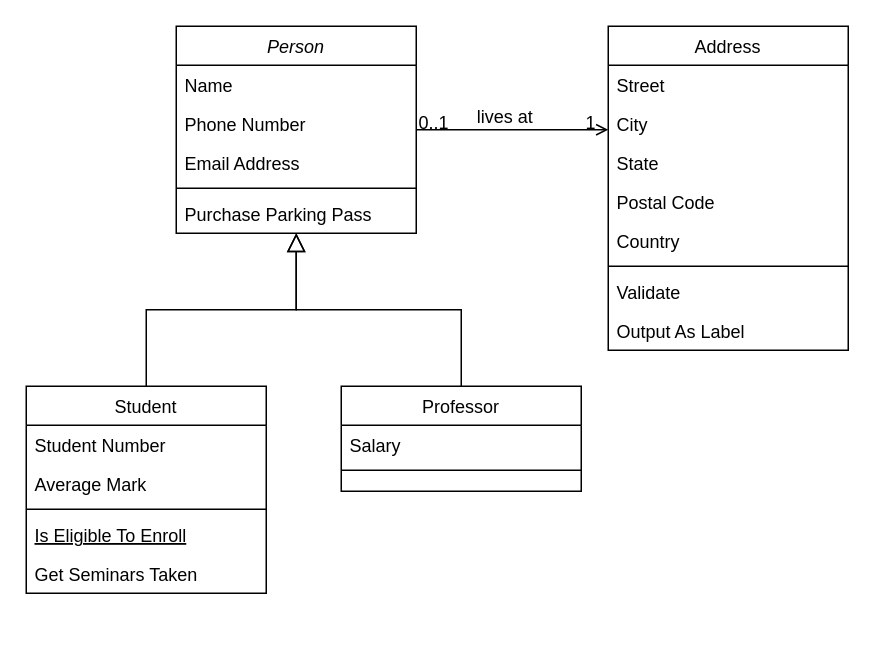
This is graphs/Untitled Diagram.drawio from BurningPho3nix/vocational-school, a draw.io file, before an edit. Source tidied: cells renumbered, new cells numbered last; positions are measured from the earlier drawing's top-left corner, leaving out a move shared by most shapes. Both pictures are drawn from the tidied source at 150%, with x=0, y=0 at pixel (26, 26).
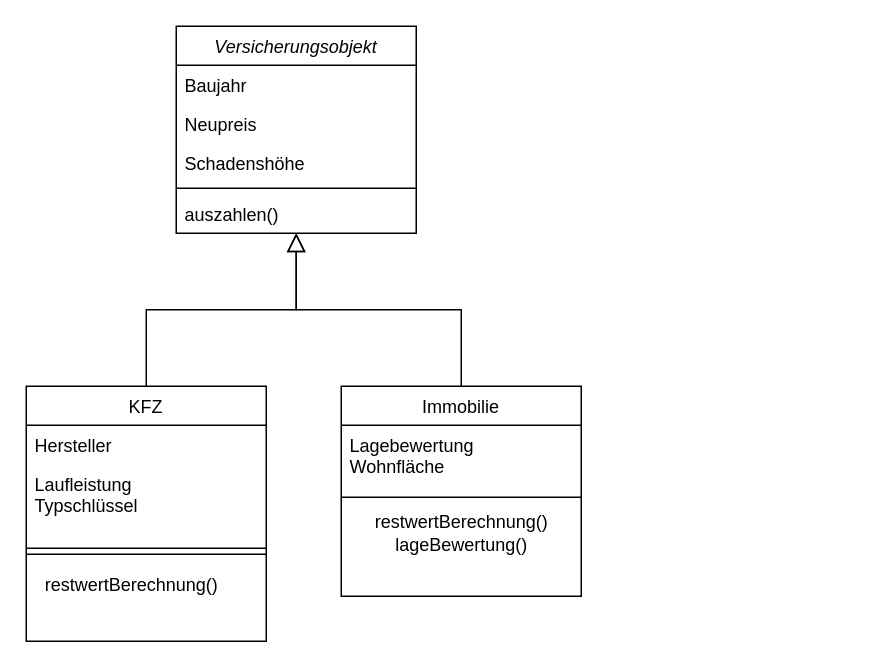
The same diagram, later.

What changed in the source:
```diff
@@
-    <mxCell id="2" value="Person" style="swimlane;fontStyle=2;align=center;verticalAlign=top;horizontal=1;startSize=26;rounded=0;shadow=0;strokeWidth=1;" parent="1" vertex="1">
+    <mxCell id="2" value="Versicherungsobjekt" style="swimlane;fontStyle=2;align=center;verticalAlign=top;horizontal=1;startSize=26;rounded=0;shadow=0;strokeWidth=1;" parent="1" vertex="1">
       <mxGeometry x="100" width="160" height="138" as="geometry" />
     </mxCell>
-    <mxCell id="3" value="Name" style="text;align=left;verticalAlign=top;spacingLeft=4;spacingRight=4;overflow=hidden;" parent="2" vertex="1">
+    <mxCell id="3" value="Baujahr" style="text;align=left;verticalAlign=top;spacingLeft=4;spacingRight=4;overflow=hidden;" parent="2" vertex="1">
       <mxGeometry y="26" width="160" height="26" as="geometry" />
     </mxCell>
-    <mxCell id="4" value="Phone Number" style="text;align=left;verticalAlign=top;spacingLeft=4;spacingRight=4;overflow=hidden;rounded=0;shadow=0;html=0;" parent="2" vertex="1">
+    <mxCell id="4" value="Neupreis" style="text;align=left;verticalAlign=top;spacingLeft=4;spacingRight=4;overflow=hidden;rounded=0;shadow=0;html=0;" parent="2" vertex="1">
       <mxGeometry y="52" width="160" height="26" as="geometry" />
     </mxCell>
-    <mxCell id="5" value="Email Address" style="text;align=left;verticalAlign=top;spacingLeft=4;spacingRight=4;overflow=hidden;rounded=0;shadow=0;html=0;" parent="2" vertex="1">
+    <mxCell id="5" value="Schadenshöhe" style="text;align=left;verticalAlign=top;spacingLeft=4;spacingRight=4;overflow=hidden;rounded=0;shadow=0;html=0;" parent="2" vertex="1">
       <mxGeometry y="78" width="160" height="26" as="geometry" />
     </mxCell>
@@
-    <mxCell id="7" value="Purchase Parking Pass" style="text;align=left;verticalAlign=top;spacingLeft=4;spacingRight=4;overflow=hidden;" parent="2" vertex="1">
+    <mxCell id="7" value="auszahlen()" style="text;align=left;verticalAlign=top;spacingLeft=4;spacingRight=4;overflow=hidden;" parent="2" vertex="1">
       <mxGeometry y="112" width="160" height="26" as="geometry" />
     </mxCell>
-    <mxCell id="8" value="Student" style="swimlane;fontStyle=0;align=center;verticalAlign=top;horizontal=1;startSize=26;rounded=0;shadow=0;strokeWidth=1;" parent="1" vertex="1">
-      <mxGeometry y="240" width="160" height="138" as="geometry" />
+    <mxCell id="8" value="KFZ" style="swimlane;fontStyle=0;align=center;verticalAlign=top;horizontal=1;startSize=26;rounded=0;shadow=0;strokeWidth=1;" parent="1" vertex="1">
+      <mxGeometry y="240" width="160" height="170" as="geometry" />
     </mxCell>
-    <mxCell id="9" value="Student Number" style="text;align=left;verticalAlign=top;spacingLeft=4;spacingRight=4;overflow=hidden;" parent="8" vertex="1">
+    <mxCell id="9" value="Hersteller" style="text;align=left;verticalAlign=top;spacingLeft=4;spacingRight=4;overflow=hidden;" parent="8" vertex="1">
       <mxGeometry y="26" width="160" height="26" as="geometry" />
     </mxCell>
-    <mxCell id="10" value="Average Mark" style="text;align=left;verticalAlign=top;spacingLeft=4;spacingRight=4;overflow=hidden;rounded=0;shadow=0;html=0;" parent="8" vertex="1">
-      <mxGeometry y="52" width="160" height="26" as="geometry" />
+    <mxCell id="10" value="Laufleistung&#10;Typschlüssel" style="text;align=left;verticalAlign=top;spacingLeft=4;spacingRight=4;overflow=hidden;rounded=0;shadow=0;html=0;" parent="8" vertex="1">
+      <mxGeometry y="52" width="160" height="48" as="geometry" />
     </mxCell>
-    <mxCell id="11" style="line;html=1;strokeWidth=1;align=left;verticalAlign=middle;spacingTop=-1;spacingLeft=3;spacingRight=3;labelPosition=right;" parent="8" vertex="1">
-      <mxGeometry y="78" width="160" height="8" as="geometry" />
-    </mxCell>
-    <mxCell id="12" value="Is Eligible To Enroll" style="text;align=left;verticalAlign=top;spacingLeft=4;spacingRight=4;overflow=hidden;fontStyle=4;" parent="8" vertex="1">
-      <mxGeometry y="86" width="160" height="26" as="geometry" />
-    </mxCell>
-    <mxCell id="13" value="Get Seminars Taken" style="text;align=left;verticalAlign=top;spacingLeft=4;spacingRight=4;overflow=hidden;" parent="8" vertex="1">
-      <mxGeometry y="112" width="160" height="26" as="geometry" />
-    </mxCell>
+    <mxCell id="32" style="shape=link;html=1;rounded=0;strokeColor=#000000;" parent="8" edge="1">
+      <mxGeometry relative="1" as="geometry">
+        <mxPoint y="110" as="sourcePoint" />
+        <mxPoint x="160" y="110" as="targetPoint" />
+      </mxGeometry>
+    </mxCell>
@@
-    <mxCell id="15" value="Professor" style="swimlane;fontStyle=0;align=center;verticalAlign=top;horizontal=1;startSize=26;rounded=0;shadow=0;strokeWidth=1;" parent="1" vertex="1">
-      <mxGeometry x="210" y="240" width="160" height="70" as="geometry" />
+    <mxCell id="15" value="Immobilie" style="swimlane;fontStyle=0;align=center;verticalAlign=top;horizontal=1;startSize=26;rounded=0;shadow=0;strokeWidth=1;" parent="1" vertex="1">
+      <mxGeometry x="210" y="240" width="160" height="140" as="geometry" />
     </mxCell>
-    <mxCell id="16" value="Salary" style="text;align=left;verticalAlign=top;spacingLeft=4;spacingRight=4;overflow=hidden;" parent="15" vertex="1">
-      <mxGeometry y="26" width="160" height="26" as="geometry" />
+    <mxCell id="16" value="Lagebewertung&#10;Wohnfläche&#10;" style="text;align=left;verticalAlign=top;spacingLeft=4;spacingRight=4;overflow=hidden;" parent="15" vertex="1">
+      <mxGeometry y="26" width="160" height="44" as="geometry" />
     </mxCell>
     <mxCell id="17" style="line;html=1;strokeWidth=1;align=left;verticalAlign=middle;spacingTop=-1;spacingLeft=3;spacingRight=3;labelPosition=right;" parent="15" vertex="1">
-      <mxGeometry y="52" width="160" height="8" as="geometry" />
+      <mxGeometry y="70" width="160" height="8" as="geometry" />
     </mxCell>
+    <mxCell id="33" value="&lt;div&gt;restwertBerechnung()&lt;/div&gt;&lt;div&gt;lageBewertung()&lt;br&gt;&lt;/div&gt;" style="text;html=1;align=center;verticalAlign=middle;strokeColor=none;fillColor=none;" parent="15" vertex="1">
+      <mxGeometry y="78" width="160" height="40" as="geometry" />
+    </mxCell>
@@
-    <mxCell id="19" value="Address" style="swimlane;fontStyle=0;align=center;verticalAlign=top;horizontal=1;startSize=26;rounded=0;shadow=0;strokeWidth=1;" parent="1" vertex="1">
-      <mxGeometry x="388" width="160" height="216" as="geometry" />
-    </mxCell>
-    <mxCell id="20" value="Street" style="text;align=left;verticalAlign=top;spacingLeft=4;spacingRight=4;overflow=hidden;" parent="19" vertex="1">
-      <mxGeometry y="26" width="160" height="26" as="geometry" />
-    </mxCell>
-    <mxCell id="21" value="City" style="text;align=left;verticalAlign=top;spacingLeft=4;spacingRight=4;overflow=hidden;rounded=0;shadow=0;html=0;" parent="19" vertex="1">
-      <mxGeometry y="52" width="160" height="26" as="geometry" />
-    </mxCell>
-    <mxCell id="22" value="State" style="text;align=left;verticalAlign=top;spacingLeft=4;spacingRight=4;overflow=hidden;rounded=0;shadow=0;html=0;" parent="19" vertex="1">
-      <mxGeometry y="78" width="160" height="26" as="geometry" />
-    </mxCell>
-    <mxCell id="23" value="Postal Code" style="text;align=left;verticalAlign=top;spacingLeft=4;spacingRight=4;overflow=hidden;rounded=0;shadow=0;html=0;" parent="19" vertex="1">
-      <mxGeometry y="104" width="160" height="26" as="geometry" />
-    </mxCell>
-    <mxCell id="24" value="Country" style="text;align=left;verticalAlign=top;spacingLeft=4;spacingRight=4;overflow=hidden;rounded=0;shadow=0;html=0;" parent="19" vertex="1">
-      <mxGeometry y="130" width="160" height="26" as="geometry" />
-    </mxCell>
-    <mxCell id="25" style="line;html=1;strokeWidth=1;align=left;verticalAlign=middle;spacingTop=-1;spacingLeft=3;spacingRight=3;labelPosition=right;" parent="19" vertex="1">
-      <mxGeometry y="156" width="160" height="8" as="geometry" />
-    </mxCell>
-    <mxCell id="26" value="Validate" style="text;align=left;verticalAlign=top;spacingLeft=4;spacingRight=4;overflow=hidden;" parent="19" vertex="1">
-      <mxGeometry y="164" width="160" height="26" as="geometry" />
-    </mxCell>
-    <mxCell id="27" value="Output As Label" style="text;align=left;verticalAlign=top;spacingLeft=4;spacingRight=4;overflow=hidden;" parent="19" vertex="1">
-      <mxGeometry y="190" width="160" height="26" as="geometry" />
-    </mxCell>
-    <mxCell id="28" style="endArrow=open;shadow=0;strokeWidth=1;rounded=0;curved=0;endFill=1;edgeStyle=elbowEdgeStyle;elbow=vertical;" parent="1" edge="1" source="2" target="19">
-      <mxGeometry x="0.5" y="41" relative="1" as="geometry">
-        <mxPoint x="-40" y="32" as="offset" />
-      </mxGeometry>
-    </mxCell>
-    <mxCell id="29" value="0..1" style="align=left;verticalAlign=bottom;labelBackgroundColor=none;fontSize=12;" parent="28" vertex="1">
-      <mxGeometry x="-1" relative="1" as="geometry">
-        <mxPoint y="4" as="offset" />
-      </mxGeometry>
-    </mxCell>
-    <mxCell id="30" value="1" style="align=right;verticalAlign=bottom;labelBackgroundColor=none;fontSize=12;" parent="28" vertex="1">
-      <mxGeometry x="1" relative="1" as="geometry">
-        <mxPoint x="-7" y="4" as="offset" />
-      </mxGeometry>
-    </mxCell>
-    <mxCell id="31" value="lives at" style="text;html=1;align=center;verticalAlign=middle;labelBackgroundColor=none;rounded=0;shadow=0;strokeWidth=1;fontSize=12;" parent="28" vertex="1">
-      <mxGeometry x="0.5" y="49" relative="1" as="geometry">
-        <mxPoint x="-38" y="40" as="offset" />
-      </mxGeometry>
-    </mxCell>
+    <mxCell id="34" value="restwertBerechnung()" style="text;html=1;align=center;verticalAlign=middle;strokeColor=none;fillColor=none;" parent="1" vertex="1">
+      <mxGeometry y="358" width="140" height="30" as="geometry" />
+    </mxCell>
```
